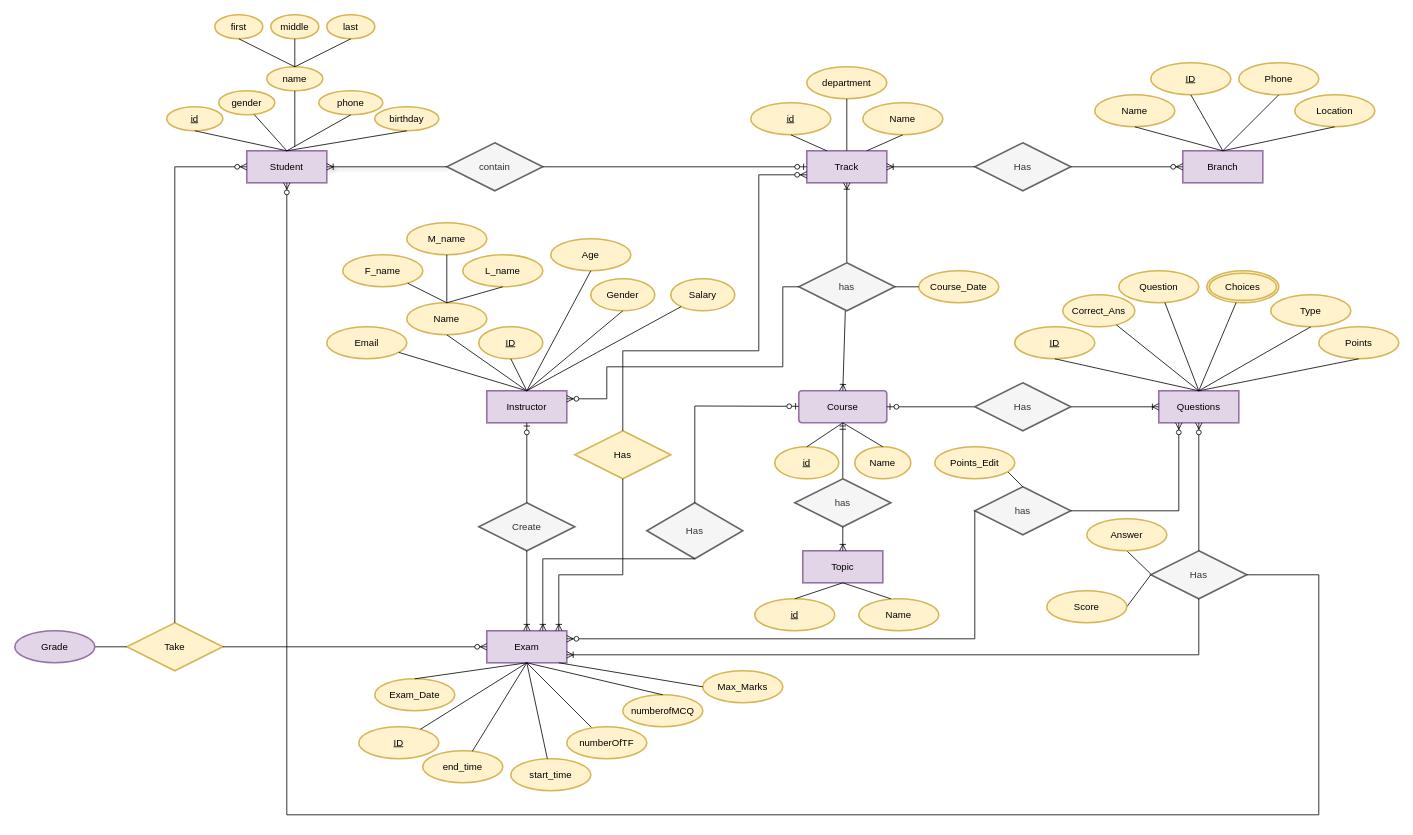
The draw.io diagram OnlineExaminationSystem.drawio in aya-abdelmageed/OnlineExaminationSystem, before the edit. Source tidied: cells renumbered, new cells numbered last; positions are measured from the earlier drawing's top-left corner, leaving out a move shared by most shapes. Both pictures are drawn from the tidied source at 80%, with x=0, y=0 at pixel (14, 14).
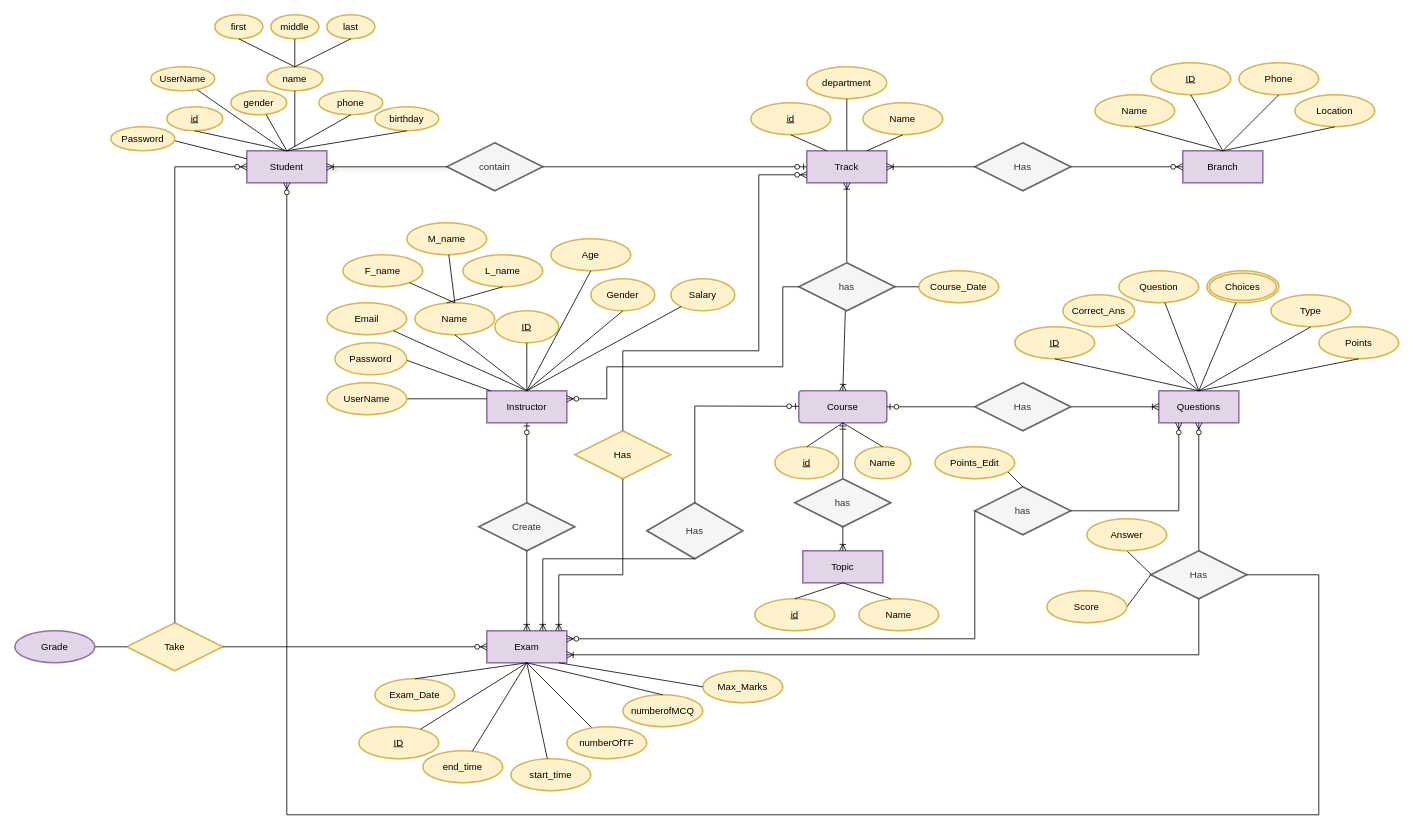
Above is the later version.

The change refers to these unchanged cells:
```xml
<mxCell id="3" value="Instructor" style="whiteSpace=wrap;html=1;align=center;fillColor=#e1d5e7;strokeColor=#9673a6;strokeWidth=2;" parent="1" vertex="1">
  <mxGeometry x="590" y="470" width="100" height="40" as="geometry" />
</mxCell>
<mxCell id="70" value="Student" style="whiteSpace=wrap;html=1;align=center;fillColor=#e1d5e7;strokeColor=#9673a6;strokeWidth=2;" parent="1" vertex="1">
  <mxGeometry x="290" y="170" width="100" height="40" as="geometry" />
</mxCell>
```

The edit, as a diff of the source:
```diff
@@
     <mxCell id="4" value="Name" style="ellipse;whiteSpace=wrap;html=1;align=center;fillColor=#fff2cc;strokeColor=#d6b656;strokeWidth=2;" parent="1" vertex="1">
-      <mxGeometry x="490" y="360" width="100" height="40" as="geometry" />
+      <mxGeometry x="500" y="360" width="100" height="40" as="geometry" />
     </mxCell>
@@
     <mxCell id="10" value="ID" style="ellipse;whiteSpace=wrap;html=1;align=center;fontStyle=4;fillColor=#fff2cc;strokeColor=#d6b656;strokeWidth=2;" parent="1" vertex="1">
-      <mxGeometry x="580" y="390" width="80" height="40" as="geometry" />
+      <mxGeometry x="600" y="370" width="80" height="40" as="geometry" />
     </mxCell>
@@
     <mxCell id="15" value="Email" style="ellipse;whiteSpace=wrap;html=1;align=center;fillColor=#fff2cc;strokeColor=#d6b656;strokeWidth=2;" parent="1" vertex="1">
-      <mxGeometry x="390" y="390" width="100" height="40" as="geometry" />
+      <mxGeometry x="390" y="360" width="100" height="40" as="geometry" />
     </mxCell>
@@
     <mxCell id="74" value="gender" style="ellipse;whiteSpace=wrap;html=1;align=center;fillColor=#fff2cc;strokeColor=#d6b656;strokeWidth=2;" parent="1" vertex="1">
-      <mxGeometry x="255" y="95" width="70" height="30" as="geometry" />
+      <mxGeometry x="270" y="95" width="70" height="30" as="geometry" />
     </mxCell>
@@
+    <mxCell id="139" style="endArrow=none;html=1;rounded=0;" parent="1" edge="1">
+      <mxGeometry relative="1" as="geometry">
+        <mxPoint x="222.5" y="90" as="sourcePoint" />
+        <mxPoint x="337.5" y="170" as="targetPoint" />
+      </mxGeometry>
+    </mxCell>
+    <mxCell id="140" value="UserName" style="ellipse;whiteSpace=wrap;html=1;align=center;fillColor=#fff2cc;strokeColor=#d6b656;strokeWidth=2;" parent="1" vertex="1">
+      <mxGeometry x="170" y="65" width="80" height="30" as="geometry" />
+    </mxCell>
+    <mxCell id="141" style="endArrow=none;html=1;rounded=0;entryX=0;entryY=0.25;entryDx=0;entryDy=0;" parent="1" edge="1" target="70">
+      <mxGeometry relative="1" as="geometry">
+        <mxPoint x="170" y="150" as="sourcePoint" />
+      </mxGeometry>
+    </mxCell>
+    <mxCell id="142" value="Password" style="ellipse;whiteSpace=wrap;html=1;align=center;fillColor=#fff2cc;strokeColor=#d6b656;strokeWidth=2;" parent="1" vertex="1">
+      <mxGeometry x="120" y="140" width="80" height="30" as="geometry" />
+    </mxCell>
+    <mxCell id="143" style="endArrow=none;html=1;rounded=0;entryX=0;entryY=0.25;entryDx=0;entryDy=0;exitX=1;exitY=0.5;exitDx=0;exitDy=0;" parent="1" edge="1" source="144" target="3">
+      <mxGeometry relative="1" as="geometry" />
+    </mxCell>
+    <mxCell id="144" value="UserName" style="ellipse;whiteSpace=wrap;html=1;align=center;fillColor=#fff2cc;strokeColor=#d6b656;strokeWidth=2;" parent="1" vertex="1">
+      <mxGeometry x="390" y="460" width="100" height="40" as="geometry" />
+    </mxCell>
+    <mxCell id="145" style="endArrow=none;html=1;rounded=0;entryX=0;entryY=0.25;entryDx=0;entryDy=0;" parent="1" edge="1">
+      <mxGeometry relative="1" as="geometry">
+        <mxPoint x="485" y="430" as="sourcePoint" />
+        <mxPoint x="595" y="470" as="targetPoint" />
+      </mxGeometry>
+    </mxCell>
+    <mxCell id="146" value="Password" style="ellipse;whiteSpace=wrap;html=1;align=center;fillColor=#fff2cc;strokeColor=#d6b656;strokeWidth=2;" parent="1" vertex="1">
+      <mxGeometry x="400" y="410" width="90" height="40" as="geometry" />
+    </mxCell>
```
